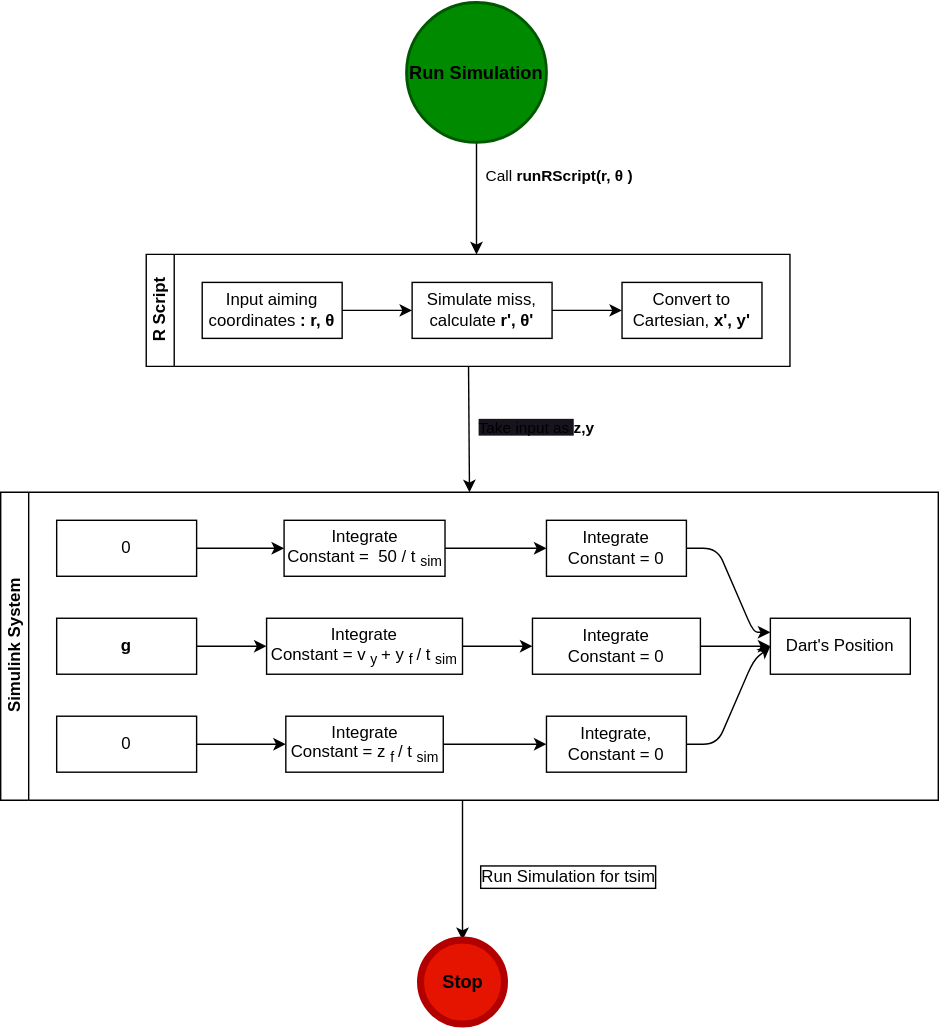
This is img/projFlow.drawio.svg from ojaroker/Darts, a draw.io export, as it was before one commit. Source tidied: cells renumbered, new cells last; positions are measured from the earlier drawing's top-left corner, leaving out a move shared by most shapes.
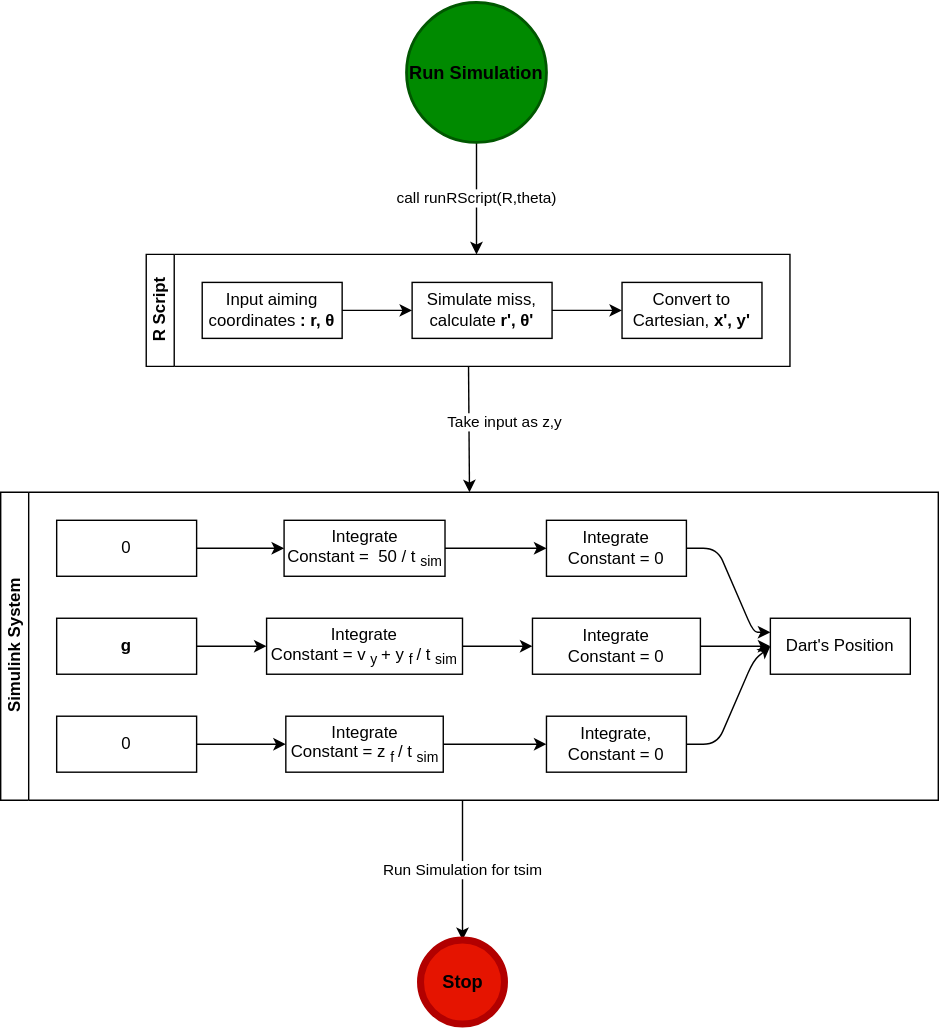
After the change.

The edit, as a diff of the source:
```diff
@@ -2,7 +2,7 @@
   <root>
     <mxCell id="0" />
     <mxCell id="1" parent="0" />
-    <mxCell id="2" style="edgeStyle=none;html=1;fontColor=#000000;" parent="1" edge="1" source="3">
+    <mxCell id="2" value="call runRScript(R,theta)" style="edgeStyle=none;html=1;fontColor=#000000;" parent="1" edge="1" source="3">
       <mxGeometry relative="1" as="geometry">
         <mxPoint x="340" y="180" as="targetPoint" />
       </mxGeometry>
@@ -10,7 +10,7 @@
     <mxCell id="3" value="&lt;font size=&quot;1&quot; color=&quot;#000000&quot;&gt;&lt;b style=&quot;font-size: 13px;&quot;&gt;Run Simulation&lt;/b&gt;&lt;/font&gt;" style="strokeWidth=2;html=1;shape=mxgraph.flowchart.start_2;whiteSpace=wrap;fillColor=#008a00;fontColor=#ffffff;strokeColor=#005700;" parent="1" vertex="1">
       <mxGeometry x="290" width="100" height="100" as="geometry" />
     </mxCell>
-    <mxCell id="4" style="edgeStyle=none;html=1;fontColor=#000000;entryX=0.5;entryY=0;entryDx=0;entryDy=0;" parent="1" edge="1" source="5" target="12">
+    <mxCell id="4" value="Take input as z,y" style="edgeStyle=none;html=1;fontColor=#000000;entryX=0.5;entryY=0;entryDx=0;entryDy=0;" parent="1" edge="1" source="5" target="12">
       <mxGeometry x="-0.11" y="25" relative="1" as="geometry" />
     </mxCell>
     <mxCell id="5" value="R Script" style="swimlane;html=1;startSize=20;horizontal=0;flowOrientation=west;interRankCellSpacing=50;containerType=tree;fontSize=12;" parent="1" vertex="1">
@@ -41,7 +41,7 @@
     <mxCell id="10" value="Convert to Cartesian, &lt;b&gt;x', y'&lt;/b&gt;" style="whiteSpace=wrap;html=1;align=center;" parent="5" vertex="1">
       <mxGeometry x="340" y="20" width="100" height="40" as="geometry" />
     </mxCell>
-    <mxCell id="11" style="edgeStyle=none;html=1;fontColor=#000000;" parent="1" edge="1" target="42">
+    <mxCell id="11" value="Run Simulation for tsim" style="edgeStyle=none;html=1;fontColor=#000000;" parent="1" edge="1" target="42">
       <mxGeometry relative="1" as="geometry">
         <mxPoint x="330" y="570" as="sourcePoint" />
       </mxGeometry>
@@ -184,14 +184,5 @@
     <mxCell id="42" value="&lt;b&gt;&lt;font color=&quot;#000000&quot;&gt;Stop&lt;/font&gt;&lt;/b&gt;" style="shape=ellipse;html=1;dashed=0;whitespace=wrap;strokeWidth=5;perimeter=ellipsePerimeter;fontSize=13;fontColor=#ffffff;fillColor=#e51400;strokeColor=#B20000;" parent="1" vertex="1">
       <mxGeometry x="300" y="670" width="60" height="60" as="geometry" />
     </mxCell>
-    <mxCell id="43" value="&lt;span style=&quot;border-color: rgb(0, 0, 0); color: rgb(0, 0, 0); font-family: Helvetica; font-size: 11px; font-style: normal; font-variant-ligatures: normal; font-variant-caps: normal; font-weight: 400; letter-spacing: normal; orphans: 2; text-align: center; text-indent: 0px; text-transform: none; widows: 2; word-spacing: 0px; -webkit-text-stroke-width: 0px; text-decoration-thickness: initial; text-decoration-style: initial; text-decoration-color: initial;&quot;&gt;Call&amp;nbsp;&lt;/span&gt;&lt;b style=&quot;border-color: rgb(0, 0, 0); color: rgb(0, 0, 0); font-family: Helvetica; font-size: 11px; font-style: normal; font-variant-ligatures: normal; font-variant-caps: normal; letter-spacing: normal; orphans: 2; text-align: center; text-indent: 0px; text-transform: none; widows: 2; word-spacing: 0px; -webkit-text-stroke-width: 0px; text-decoration-thickness: initial; text-decoration-style: initial; text-decoration-color: initial;&quot;&gt;runRScript(r,&lt;/b&gt;&lt;span style=&quot;border-color: rgb(0, 0, 0); color: rgb(0, 0, 0); font-family: Helvetica; font-size: 11px; font-style: normal; font-variant-ligatures: normal; font-variant-caps: normal; font-weight: 400; letter-spacing: normal; orphans: 2; text-indent: 0px; text-transform: none; widows: 2; word-spacing: 0px; -webkit-text-stroke-width: 0px; text-decoration-thickness: initial; text-decoration-style: initial; text-decoration-color: initial; text-align: start;&quot;&gt;&lt;b style=&quot;border-color: rgb(0, 0, 0);&quot;&gt;θ&lt;/b&gt;&lt;/span&gt;&lt;b style=&quot;border-color: rgb(0, 0, 0); color: rgb(0, 0, 0); font-family: Helvetica; font-size: 11px; font-style: normal; font-variant-ligatures: normal; font-variant-caps: normal; letter-spacing: normal; orphans: 2; text-align: center; text-indent: 0px; text-transform: none; widows: 2; word-spacing: 0px; -webkit-text-stroke-width: 0px; text-decoration-thickness: initial; text-decoration-style: initial; text-decoration-color: initial;&quot;&gt;)&lt;/b&gt;" style="text;whiteSpace=wrap;html=1;fontColor=#000000;" parent="1" vertex="1">
-      <mxGeometry x="345" y="110" width="115" height="30" as="geometry" />
-    </mxCell>
-    <mxCell id="44" value="&lt;span style=&quot;border-color: rgb(0, 0, 0); color: rgb(0, 0, 0); font-family: Helvetica; font-size: 11px; font-style: normal; font-variant-ligatures: normal; font-variant-caps: normal; font-weight: 400; letter-spacing: normal; orphans: 2; text-align: center; text-indent: 0px; text-transform: none; widows: 2; word-spacing: 0px; -webkit-text-stroke-width: 0px; background-color: rgb(24, 20, 29); text-decoration-thickness: initial; text-decoration-style: initial; text-decoration-color: initial; float: none; display: inline !important;&quot;&gt;Take input as&lt;span style=&quot;border-color: rgb(0, 0, 0);&quot;&gt;&amp;nbsp;&lt;/span&gt;&lt;/span&gt;&lt;b style=&quot;border-color: rgb(0, 0, 0); color: rgb(0, 0, 0); font-family: Helvetica; font-size: 11px; font-style: normal; font-variant-ligatures: normal; font-variant-caps: normal; letter-spacing: normal; orphans: 2; text-align: center; text-indent: 0px; text-transform: none; widows: 2; word-spacing: 0px; -webkit-text-stroke-width: 0px; text-decoration-thickness: initial; text-decoration-style: initial; text-decoration-color: initial;&quot;&gt;z,y&lt;/b&gt;" style="text;whiteSpace=wrap;html=1;fontColor=#000000;" parent="1" vertex="1">
-      <mxGeometry x="340" y="290" width="120" height="40" as="geometry" />
-    </mxCell>
-    <mxCell id="45" value="Run Simulation for tsim" style="text;html=1;strokeColor=none;fillColor=none;align=center;verticalAlign=middle;whiteSpace=wrap;rounded=0;labelBackgroundColor=#FFFFFF;labelBorderColor=default;fontColor=#000000;" parent="1" vertex="1">
-      <mxGeometry x="332" y="610" width="148" height="30" as="geometry" />
-    </mxCell>
   </root>
 </mxGraphModel>
```
